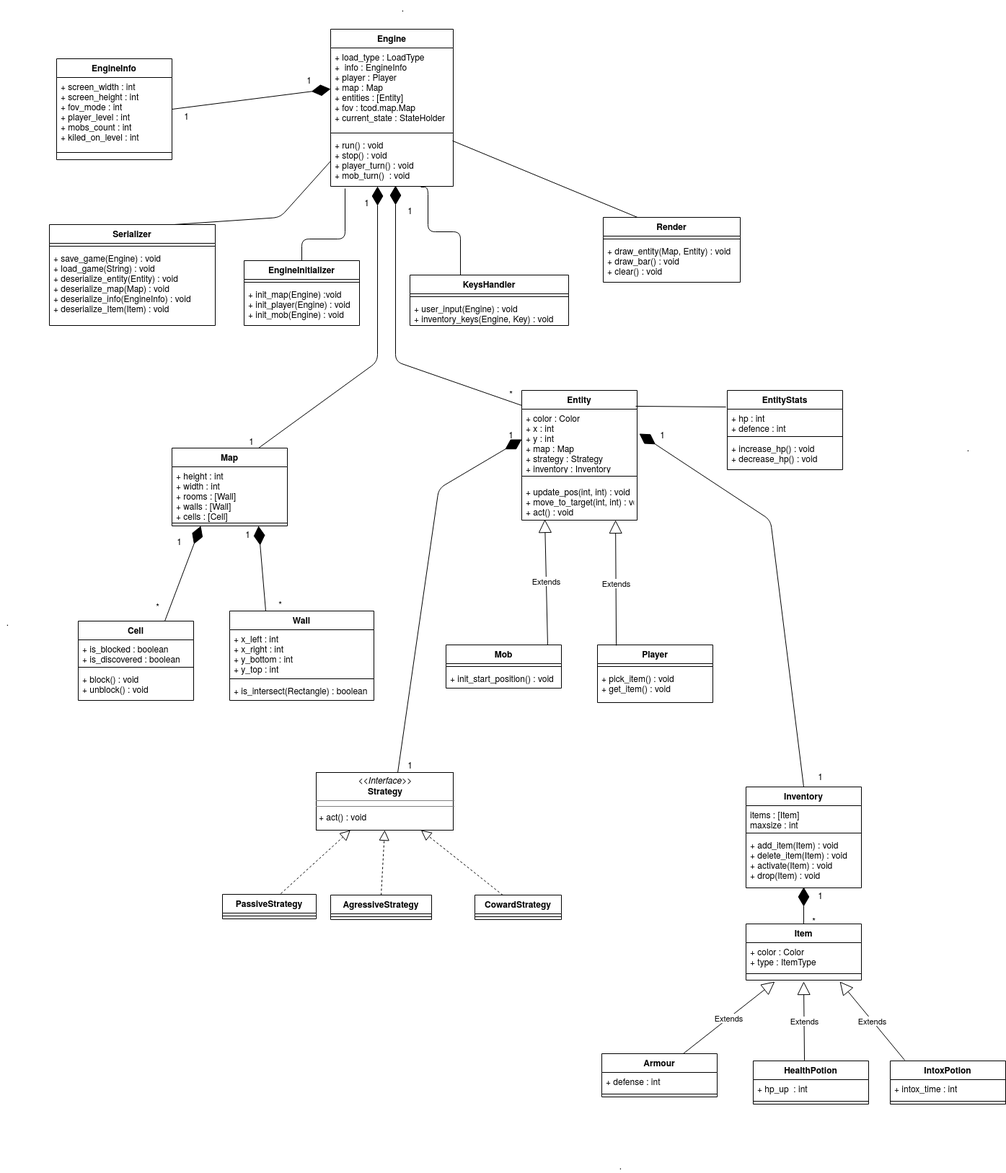
Above: roguelike/design document/diagram2.png in ivanrybin/itmo-hws-architecture (draw.io), before the change. Source tidied: cells renumbered, new cells last; positions are measured from the earlier drawing's top-left corner, leaving out a move shared by most shapes.
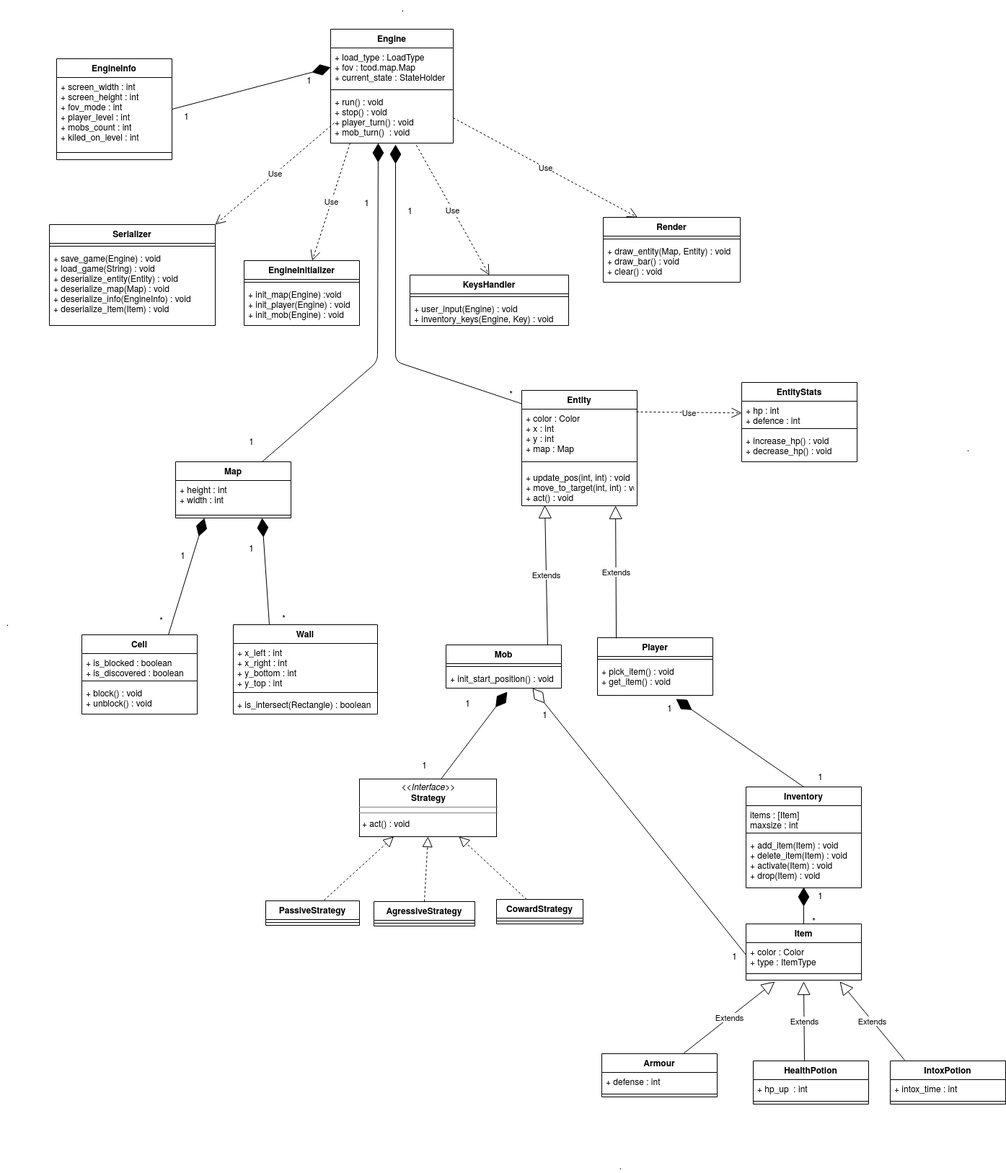
Above is the later version.

Diff of the diagram source:
```diff
@@ -5,12 +5,12 @@
     <mxCell id="2" style="group;" parent="1" vertex="1">
-      <mxGeometry x="148" y="621" width="390" height="364" as="geometry" />
+      <mxGeometry x="153" y="640" width="390" height="364" as="geometry" />
     </mxCell>
     <mxCell id="3" value="Map" style="swimlane;fontStyle=1;align=center;verticalAlign=top;horizontal=1;startSize=26;" parent="2" vertex="1">
-      <mxGeometry x="90" width="160" height="108" as="geometry" />
+      <mxGeometry x="90" width="160" height="78" as="geometry" />
     </mxCell>
-    <mxCell id="4" value="+ height : int&#10;+ width : int&#10;+ rooms : [Wall]&#10;+ walls : [Wall]&#10;+ cells : [Cell]&#10;" style="text;strokeColor=none;fillColor=none;align=left;verticalAlign=top;spacingLeft=4;spacingRight=4;overflow=hidden;" parent="3" vertex="1">
-      <mxGeometry y="26" width="160" height="74" as="geometry" />
+    <mxCell id="4" value="+ height : int&#10;+ width : int&#10;&#10;" style="text;strokeColor=none;fillColor=none;align=left;verticalAlign=top;spacingLeft=4;spacingRight=4;overflow=hidden;" parent="3" vertex="1">
+      <mxGeometry y="26" width="160" height="44" as="geometry" />
     </mxCell>
     <mxCell id="5" style="line;strokeWidth=1;fillColor=none;align=left;verticalAlign=middle;spacingTop=-1;spacingLeft=3;spacingRight=3;labelPosition=right;" parent="3" vertex="1">
-      <mxGeometry y="100" width="160" height="8" as="geometry" />
+      <mxGeometry y="70" width="160" height="8" as="geometry" />
     </mxCell>
@@ -58,38 +58,7 @@
     </mxCell>
-    <mxCell id="20" style="endArrow=none;html=1;edgeStyle=orthogonalEdgeStyle;" parent="1" edge="1" target="42">
-      <mxGeometry relative="1" as="geometry">
-        <mxPoint x="478" y="261" as="sourcePoint" />
-        <Array as="points">
-          <mxPoint x="478" y="331" />
-          <mxPoint x="418" y="331" />
-        </Array>
-      </mxGeometry>
-    </mxCell>
-    <mxCell id="21" style="html=1;align=left;verticalAlign=bottom;labelBackgroundColor=#ffffff;fontSize=10;" parent="20" vertex="1">
-      <mxGeometry x="-1" relative="1" as="geometry" />
-    </mxCell>
-    <mxCell id="22" style="html=1;align=right;verticalAlign=bottom;labelBackgroundColor=#ffffff;fontSize=10;" parent="20" vertex="1">
-      <mxGeometry x="1" relative="1" as="geometry" />
-    </mxCell>
-    <mxCell id="23" style="endArrow=none;html=1;edgeStyle=orthogonalEdgeStyle;exitX=0.719;exitY=1.077;exitDx=0;exitDy=0;exitPerimeter=0;" parent="1" edge="1" target="59">
-      <mxGeometry relative="1" as="geometry">
-        <mxPoint x="583" y="259" as="sourcePoint" />
-        <Array as="points">
-          <mxPoint x="593" y="259" />
-          <mxPoint x="593" y="321" />
-          <mxPoint x="638" y="321" />
-        </Array>
-      </mxGeometry>
-    </mxCell>
-    <mxCell id="24" style="html=1;align=left;verticalAlign=bottom;labelBackgroundColor=#ffffff;fontSize=10;" parent="23" vertex="1">
-      <mxGeometry x="-1" relative="1" as="geometry" />
-    </mxCell>
-    <mxCell id="25" style="html=1;align=right;verticalAlign=bottom;labelBackgroundColor=#ffffff;fontSize=10;" parent="23" vertex="1">
-      <mxGeometry x="1" relative="1" as="geometry" />
-    </mxCell>
     <mxCell id="26" style="group;" parent="1" vertex="1">
-      <mxGeometry x="618" y="724" width="370" height="260" as="geometry" />
+      <mxGeometry x="618" y="724" width="370" height="276" as="geometry" />
     </mxCell>
     <mxCell id="27" value="Player" style="swimlane;fontStyle=1;align=center;verticalAlign=top;horizontal=1;startSize=26;" parent="26" vertex="1">
-      <mxGeometry x="210" y="170" width="160" height="80" as="geometry" />
+      <mxGeometry x="210" y="160" width="160" height="80" as="geometry" />
     </mxCell>
@@ -110,5 +79,10 @@
     </mxCell>
+    <mxCell id="115" value="1" style="text;html=1;align=center;verticalAlign=middle;" parent="26" vertex="1">
+      <mxGeometry x="20" y="240" width="20" height="20" as="geometry" />
+    </mxCell>
+    <mxCell id="120" value="1" style="text;html=1;align=center;verticalAlign=middle;" parent="26" vertex="1">
+      <mxGeometry x="127" y="256" width="20" height="20" as="geometry" />
+    </mxCell>
-    <mxCell id="33" style="endArrow=diamondThin;endFill=1;endSize=24;html=1;entryX=0.344;entryY=1.038;entryDx=0;entryDy=0;entryPerimeter=0;exitX=0.75;exitY=0;exitDx=0;exitDy=0;" parent="1" edge="1" source="3">
+    <mxCell id="33" style="endArrow=diamondThin;endFill=1;endSize=24;html=1;entryX=0.388;entryY=1;entryDx=0;entryDy=0;entryPerimeter=0;exitX=0.75;exitY=0;exitDx=0;exitDy=0;" parent="1" edge="1" source="3" target="41">
       <mxGeometry relative="1" as="geometry">
-        <mxPoint x="523" y="258" as="targetPoint" />
         <Array as="points">
@@ -118,5 +92,5 @@
     </mxCell>
-    <mxCell id="34" style="endArrow=diamondThin;endFill=1;endSize=24;html=1;entryX=0.5;entryY=1;entryDx=0;entryDy=0;exitX=0.019;exitY=0.122;exitDx=0;exitDy=0;exitPerimeter=0;" parent="1" edge="1" source="51">
+    <mxCell id="34" style="endArrow=diamondThin;endFill=1;endSize=24;html=1;exitX=0.019;exitY=0.122;exitDx=0;exitDy=0;exitPerimeter=0;" parent="1" edge="1" source="51">
       <mxGeometry relative="1" as="geometry">
-        <mxPoint x="548" y="257" as="targetPoint" />
+        <mxPoint x="548" y="200" as="targetPoint" />
         <Array as="points">
@@ -136,13 +110,18 @@
     <mxCell id="38" value="Engine&#10;" style="swimlane;fontStyle=1;align=center;verticalAlign=top;horizontal=1;startSize=26;" parent="1" vertex="1">
-      <mxGeometry x="458" y="40" width="170" height="218" as="geometry" />
+      <mxGeometry x="458" y="40" width="170" height="158" as="geometry" />
     </mxCell>
-    <mxCell id="39" value="+ load_type : LoadType&#10;+  info : EngineInfo&#10;+ player : Player&#10;+ map : Map&#10;+ entities : [Entity]&#10;+ fov : tcod.map.Map&#10;+ current_state : StateHolder&#10;&#10;" style="text;strokeColor=none;fillColor=none;align=left;verticalAlign=top;spacingLeft=4;spacingRight=4;overflow=hidden;points=[[0,0.5],[1,0.5]];portConstraint=eastwest;" parent="38" vertex="1">
-      <mxGeometry y="26" width="170" height="114" as="geometry" />
+    <mxCell id="39" value="+ load_type : LoadType&#10;+ fov : tcod.map.Map&#10;+ current_state : StateHolder&#10;&#10;" style="text;strokeColor=none;fillColor=none;align=left;verticalAlign=top;spacingLeft=4;spacingRight=4;overflow=hidden;points=[[0,0.5],[1,0.5]];portConstraint=eastwest;" parent="38" vertex="1">
+      <mxGeometry y="26" width="170" height="54" as="geometry" />
     </mxCell>
     <mxCell id="40" style="line;strokeWidth=1;fillColor=none;align=left;verticalAlign=middle;spacingTop=-1;spacingLeft=3;spacingRight=3;labelPosition=right;" parent="38" vertex="1">
-      <mxGeometry y="140" width="170" height="8" as="geometry" />
+      <mxGeometry y="80" width="170" height="8" as="geometry" />
     </mxCell>
     <mxCell id="41" value="+ run() : void&#10;+ stop() : void&#10;+ player_turn() : void&#10;+ mob_turn()  : void&#10;" style="text;strokeColor=none;fillColor=none;align=left;verticalAlign=top;spacingLeft=4;spacingRight=4;overflow=hidden;points=[[0,0.5],[1,0.5]];portConstraint=eastwest;" parent="38" vertex="1">
-      <mxGeometry y="148" width="170" height="70" as="geometry" />
+      <mxGeometry y="88" width="170" height="70" as="geometry" />
     </mxCell>
+    <mxCell id="121" value="Use" style="endArrow=open;endSize=12;dashed=1;html=1;entryX=1;entryY=0;entryDx=0;entryDy=0;" parent="38" edge="1" target="48">
+      <mxGeometry relative="1" as="geometry">
+        <mxPoint x="5" y="130" as="sourcePoint" />
+      </mxGeometry>
+    </mxCell>
     <mxCell id="42" value="EngineInitializer" style="swimlane;fontStyle=1;align=center;verticalAlign=top;horizontal=1;startSize=26;" parent="1" vertex="1">
@@ -175,15 +154,24 @@
     <mxCell id="51" value="Entity" style="swimlane;fontStyle=1;align=center;verticalAlign=top;horizontal=1;startSize=26;" parent="1" vertex="1">
-      <mxGeometry x="723" y="541" width="160" height="180" as="geometry" />
+      <mxGeometry x="723" y="541" width="160" height="160" as="geometry" />
     </mxCell>
-    <mxCell id="52" value="+ color : Color&#10;+ x : int&#10;+ y : int&#10;+ map : Map&#10;+ strategy : Strategy&#10;+ inventory : Inventory&#10;" style="text;strokeColor=none;fillColor=none;align=left;verticalAlign=top;spacingLeft=4;spacingRight=4;overflow=hidden;points=[[0,0.5],[1,0.5]];portConstraint=eastwest;" parent="51" vertex="1">
-      <mxGeometry y="26" width="160" height="84" as="geometry" />
+    <mxCell id="52" value="+ color : Color&#10;+ x : int&#10;+ y : int&#10;+ map : Map&#10;&#10;" style="text;strokeColor=none;fillColor=none;align=left;verticalAlign=top;spacingLeft=4;spacingRight=4;overflow=hidden;points=[[0,0.5],[1,0.5]];portConstraint=eastwest;" parent="51" vertex="1">
+      <mxGeometry y="26" width="160" height="64" as="geometry" />
     </mxCell>
     <mxCell id="53" style="line;strokeWidth=1;fillColor=none;align=left;verticalAlign=middle;spacingTop=-1;spacingLeft=3;spacingRight=3;labelPosition=right;" parent="51" vertex="1">
-      <mxGeometry y="110" width="160" height="18" as="geometry" />
+      <mxGeometry y="90" width="160" height="18" as="geometry" />
     </mxCell>
     <mxCell id="54" value="+ update_pos(int, int) : void&#10;+ move_to_target(int, int) : void&#10;+ act() : void&#10;" style="text;strokeColor=none;fillColor=none;align=left;verticalAlign=top;spacingLeft=4;spacingRight=4;overflow=hidden;points=[[0,0.5],[1,0.5]];portConstraint=eastwest;" parent="51" vertex="1">
-      <mxGeometry y="128" width="160" height="52" as="geometry" />
+      <mxGeometry y="108" width="160" height="52" as="geometry" />
     </mxCell>
+    <mxCell id="59" value="KeysHandler" style="swimlane;fontStyle=1;align=center;verticalAlign=top;horizontal=1;startSize=26;" parent="1" vertex="1">
+      <mxGeometry x="568" y="381" width="220" height="70" as="geometry" />
+    </mxCell>
+    <mxCell id="60" style="line;strokeWidth=1;fillColor=none;align=left;verticalAlign=middle;spacingTop=-1;spacingLeft=3;spacingRight=3;labelPosition=right;" parent="59" vertex="1">
+      <mxGeometry y="26" width="220" height="8" as="geometry" />
+    </mxCell>
+    <mxCell id="61" value="+ user_input(Engine) : void&#10;+ inventory_keys(Engine, Key) : void&#10;" style="text;strokeColor=none;fillColor=none;align=left;verticalAlign=top;spacingLeft=4;spacingRight=4;overflow=hidden;" parent="59" vertex="1">
+      <mxGeometry y="34" width="220" height="36" as="geometry" />
+    </mxCell>
     <mxCell id="55" value="EntityStats" style="swimlane;fontStyle=1;align=center;verticalAlign=top;horizontal=1;startSize=26;" parent="1" vertex="1">
-      <mxGeometry x="1008" y="541" width="160" height="110" as="geometry" />
+      <mxGeometry x="1028" y="530" width="160" height="110" as="geometry" />
     </mxCell>
@@ -198,11 +186,2 @@
     </mxCell>
-    <mxCell id="59" value="KeysHandler" style="swimlane;fontStyle=1;align=center;verticalAlign=top;horizontal=1;startSize=26;" parent="1" vertex="1">
-      <mxGeometry x="568" y="381" width="220" height="70" as="geometry" />
-    </mxCell>
-    <mxCell id="60" style="line;strokeWidth=1;fillColor=none;align=left;verticalAlign=middle;spacingTop=-1;spacingLeft=3;spacingRight=3;labelPosition=right;" parent="59" vertex="1">
-      <mxGeometry y="26" width="220" height="8" as="geometry" />
-    </mxCell>
-    <mxCell id="61" value="+ user_input(Engine) : void&#10;+ inventory_keys(Engine, Key) : void&#10;" style="text;strokeColor=none;fillColor=none;align=left;verticalAlign=top;spacingLeft=4;spacingRight=4;overflow=hidden;" parent="59" vertex="1">
-      <mxGeometry y="34" width="220" height="36" as="geometry" />
-    </mxCell>
     <mxCell id="62" style="group;" parent="1" vertex="1">
@@ -214,3 +193,3 @@
     <mxCell id="64" value="CowardStrategy" style="swimlane;fontStyle=1;align=center;verticalAlign=top;horizontal=1;startSize=26;" parent="63" vertex="1">
-      <mxGeometry x="40" y="250" width="120" height="34" as="geometry" />
+      <mxGeometry x="70" y="256" width="120" height="34" as="geometry" />
     </mxCell>
@@ -250,3 +229,3 @@
     <mxCell id="76" style="group;" parent="63" vertex="1">
-      <mxGeometry x="-280" y="80" width="394" height="204" as="geometry" />
+      <mxGeometry x="-220" y="89" width="394" height="204" as="geometry" />
     </mxCell>
@@ -325,30 +304,11 @@
     </mxCell>
+    <mxCell id="122" value="1" style="text;html=1;align=center;verticalAlign=middle;" parent="63" vertex="1">
+      <mxGeometry x="390" y="324" width="20" height="20" as="geometry" />
+    </mxCell>
-    <mxCell id="99" style="endArrow=diamondThin;endFill=1;endSize=24;html=1;exitX=0.5;exitY=0;exitDx=0;exitDy=0;" parent="1" edge="1" source="72">
-      <mxGeometry relative="1" as="geometry">
-        <mxPoint x="886" y="601" as="targetPoint" />
-        <Array as="points">
-          <mxPoint x="1068" y="721" />
-        </Array>
-      </mxGeometry>
+    <mxCell id="99" style="endArrow=diamondThin;endFill=1;endSize=24;html=1;exitX=0.5;exitY=0;exitDx=0;exitDy=0;entryX=0.681;entryY=1.109;entryDx=0;entryDy=0;entryPerimeter=0;" parent="1" edge="1" source="72" target="29">
+      <mxGeometry relative="1" as="geometry" />
     </mxCell>
-    <mxCell id="100" style="endArrow=none;html=1;exitX=0.75;exitY=0;exitDx=0;exitDy=0;entryX=0;entryY=0.5;entryDx=0;entryDy=0;" parent="1" edge="1" source="48" target="41">
-      <mxGeometry relative="1" as="geometry">
-        <Array as="points">
-          <mxPoint x="388" y="301" />
-        </Array>
-      </mxGeometry>
-    </mxCell>
-    <mxCell id="101" style="endArrow=none;html=1;entryX=0.25;entryY=0;entryDx=0;entryDy=0;exitX=0.994;exitY=0.097;exitDx=0;exitDy=0;exitPerimeter=0;" parent="1" edge="1" source="41" target="45">
-      <mxGeometry relative="1" as="geometry" />
-    </mxCell>
-    <mxCell id="102" style="endArrow=diamondThin;endFill=1;endSize=24;html=1;exitX=0.595;exitY=0;exitDx=0;exitDy=0;exitPerimeter=0;entryX=0;entryY=0.5;entryDx=0;entryDy=0;" parent="1" edge="1" source="77" target="52">
-      <mxGeometry relative="1" as="geometry">
-        <Array as="points">
-          <mxPoint x="608" y="677" />
-        </Array>
-      </mxGeometry>
+    <mxCell id="102" style="endArrow=diamondThin;endFill=1;endSize=24;html=1;exitX=0.595;exitY=0;exitDx=0;exitDy=0;exitPerimeter=0;entryX=0.531;entryY=1.192;entryDx=0;entryDy=0;entryPerimeter=0;" parent="1" edge="1" source="77" target="32">
+      <mxGeometry relative="1" as="geometry" />
     </mxCell>
-    <mxCell id="103" style="endArrow=none;html=1;exitX=0.988;exitY=-0.048;exitDx=0;exitDy=0;entryX=-0.012;entryY=-0.088;entryDx=0;entryDy=0;entryPerimeter=0;exitPerimeter=0;" parent="1" edge="1" source="52" target="56">
-      <mxGeometry relative="1" as="geometry" />
-    </mxCell>
     <mxCell id="104" value="Extends" style="endArrow=block;endSize=16;endFill=0;html=1;exitX=0.163;exitY=0.012;exitDx=0;exitDy=0;exitPerimeter=0;entryX=0.813;entryY=1;entryDx=0;entryDy=0;entryPerimeter=0;" parent="1" edge="1" source="27" target="54">
@@ -383,10 +343,4 @@
     </mxCell>
-    <mxCell id="114" value="1" style="text;html=1;align=center;verticalAlign=middle;" parent="1" vertex="1">
-      <mxGeometry x="908" y="592" width="20" height="20" as="geometry" />
-    </mxCell>
-    <mxCell id="115" value="1" style="text;html=1;align=center;verticalAlign=middle;" parent="1" vertex="1">
-      <mxGeometry x="698" y="592" width="20" height="20" as="geometry" />
-    </mxCell>
     <mxCell id="116" value="1" style="text;html=1;align=center;verticalAlign=middle;" parent="1" vertex="1">
-      <mxGeometry x="558" y="1050" width="20" height="20" as="geometry" />
+      <mxGeometry x="578" y="1050" width="20" height="20" as="geometry" />
     </mxCell>
@@ -401,2 +355,20 @@
     </mxCell>
+    <mxCell id="123" value="Use" style="endArrow=open;endSize=12;dashed=1;html=1;exitX=0.159;exitY=1;exitDx=0;exitDy=0;exitPerimeter=0;" parent="1" edge="1" source="41" target="42">
+      <mxGeometry relative="1" as="geometry" />
+    </mxCell>
+    <mxCell id="124" value="Use" style="endArrow=open;endSize=12;dashed=1;html=1;entryX=0.5;entryY=0;entryDx=0;entryDy=0;exitX=0.7;exitY=1.043;exitDx=0;exitDy=0;exitPerimeter=0;" parent="1" edge="1" source="41" target="59">
+      <mxGeometry relative="1" as="geometry" />
+    </mxCell>
+    <mxCell id="101" value="Use" style="endArrow=open;endSize=12;dashed=1;html=1;entryX=0.25;entryY=0;entryDx=0;entryDy=0;exitX=1;exitY=0.5;exitDx=0;exitDy=0;" parent="1" edge="1" source="41" target="45">
+      <mxGeometry relative="1" as="geometry" />
+    </mxCell>
+    <mxCell id="103" value="Use" style="endArrow=open;endSize=12;dashed=1;html=1;exitX=0.994;exitY=0.06;exitDx=0;exitDy=0;exitPerimeter=0;" parent="1" edge="1" source="52" target="56">
+      <mxGeometry relative="1" as="geometry" />
+    </mxCell>
+    <mxCell id="114" value="1" style="text;html=1;align=center;verticalAlign=middle;" parent="1" vertex="1">
+      <mxGeometry x="918" y="971" width="20" height="20" as="geometry" />
+    </mxCell>
+    <mxCell id="125" style="endArrow=diamondThin;endFill=0;endSize=24;html=1;exitX=0;exitY=0.5;exitDx=0;exitDy=0;entryX=0.75;entryY=1;entryDx=0;entryDy=0;" parent="1" edge="1" source="70" target="30">
+      <mxGeometry relative="1" as="geometry" />
+    </mxCell>
   </root>
```
